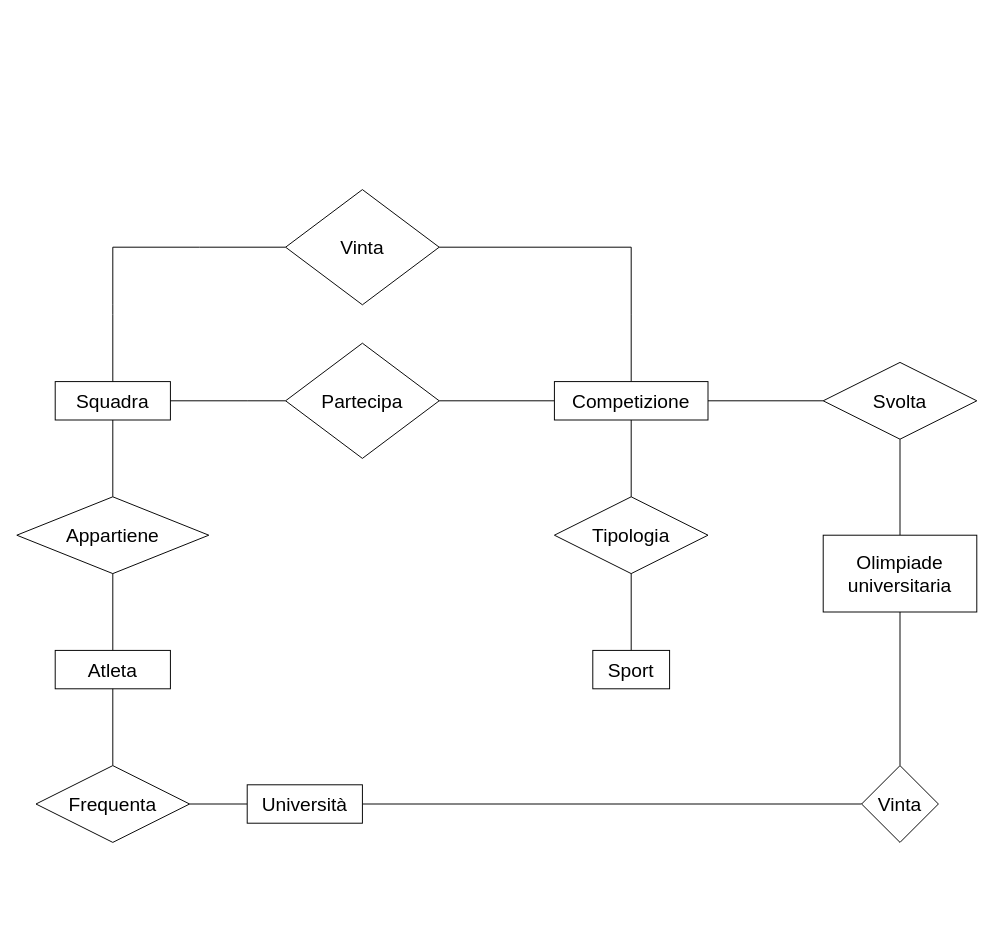
Earlier version of the draw.io diagram Olimpiadi Samuele.drawio (giovannivelludo/database-project). Source tidied: cells renumbered, new cells numbered last; positions are measured from the earlier drawing's top-left corner, leaving out a move shared by most shapes. Both pictures are drawn from the tidied source at 96%, with x=0, y=0 at pixel (16, 189).
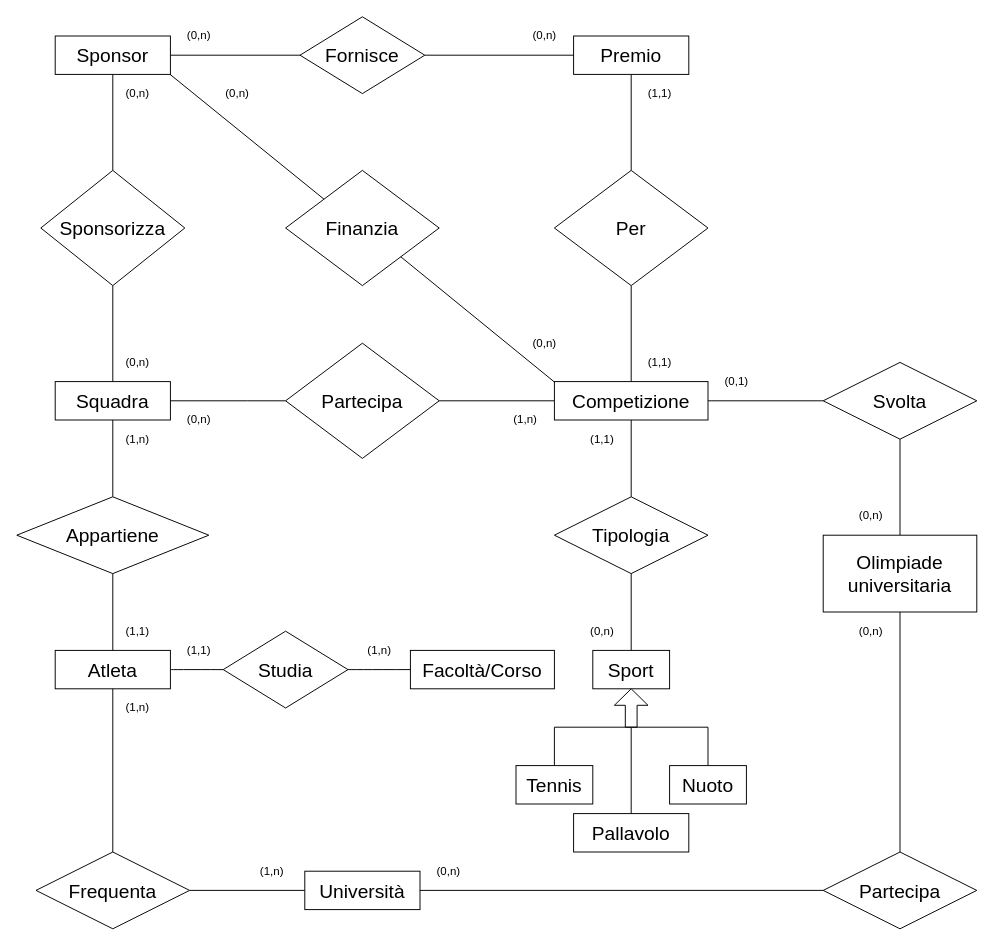
The same page after the edit.

Commit message:
Aggiornamento Bozza

The change refers to these unchanged cells:
```xml
<mxCell id="2" value="&lt;font style=&quot;font-size: 20px&quot;&gt;Squadra&lt;/font&gt;" style="rounded=0;whiteSpace=wrap;html=1;fontSize=20;" parent="1" vertex="1">
  <mxGeometry x="40" y="200" width="120" height="40" as="geometry" />
</mxCell>
<mxCell id="8" value="&lt;font style=&quot;font-size: 20px&quot;&gt;Competizione&lt;/font&gt;" style="rounded=0;whiteSpace=wrap;html=1;" parent="1" vertex="1">
  <mxGeometry x="560" y="200" width="160" height="40" as="geometry" />
</mxCell>
<mxCell id="20" value="Atleta" style="rounded=0;whiteSpace=wrap;html=1;fontSize=20;" parent="1" vertex="1">
  <mxGeometry x="40" y="480" width="120" height="40" as="geometry" />
</mxCell>
```

Change to the diagram source:
```diff
@@
-    <mxCell id="6" style="edgeStyle=orthogonalEdgeStyle;rounded=0;jettySize=auto;html=1;endArrow=none;endFill=0;fontSize=20;" parent="1" edge="1" source="8">
-      <mxGeometry relative="1" as="geometry">
-        <mxPoint x="640" y="60" as="targetPoint" />
-      </mxGeometry>
-    </mxCell>
@@
-    <mxCell id="13" style="edgeStyle=orthogonalEdgeStyle;rounded=0;jettySize=auto;html=1;endArrow=none;endFill=0;fontSize=20;" parent="1" edge="1" source="14">
-      <mxGeometry relative="1" as="geometry">
-        <mxPoint x="100" y="60" as="targetPoint" />
-      </mxGeometry>
-    </mxCell>
-    <mxCell id="14" value="Vinta" style="rhombus;whiteSpace=wrap;html=1;rounded=0;fontSize=20;" parent="1" vertex="1">
-      <mxGeometry x="280" width="160" height="120" as="geometry" />
-    </mxCell>
-    <mxCell id="15" style="endArrow=none;html=1;fontSize=20;" parent="1" edge="1" source="2">
-      <mxGeometry relative="1" as="geometry">
-        <mxPoint x="100" y="60" as="targetPoint" />
-        <Array as="points">
-          <mxPoint x="100" y="130" />
-        </Array>
-      </mxGeometry>
-    </mxCell>
-    <mxCell id="16" style="endArrow=none;html=1;fontSize=20;exitX=1;exitY=0.5;exitDx=0;exitDy=0;" parent="1" edge="1" source="14">
-      <mxGeometry relative="1" as="geometry">
-        <mxPoint x="640" y="60" as="targetPoint" />
-      </mxGeometry>
-    </mxCell>
@@
+    <mxCell id="31" style="edgeStyle=orthogonalEdgeStyle;curved=1;jettySize=auto;html=1;endArrow=none;endFill=0;fontSize=12;" parent="1" edge="1" source="20" target="68">
+      <mxGeometry relative="1" as="geometry" />
+    </mxCell>
@@
     <mxCell id="23" value="Frequenta" style="rhombus;whiteSpace=wrap;html=1;rounded=0;fontSize=20;" parent="1" vertex="1">
-      <mxGeometry x="20" y="600" width="160" height="80" as="geometry" />
+      <mxGeometry x="20" y="690" width="160" height="80" as="geometry" />
     </mxCell>
@@
     <mxCell id="25" value="Università" style="rounded=0;whiteSpace=wrap;html=1;fontSize=20;" parent="1" vertex="1">
-      <mxGeometry x="240" y="620" width="120" height="40" as="geometry" />
+      <mxGeometry x="300" y="710" width="120" height="40" as="geometry" />
     </mxCell>
@@
-    <mxCell id="30" value="Vinta" style="rhombus;whiteSpace=wrap;html=1;rounded=0;fontSize=20;" parent="1" vertex="1">
-      <mxGeometry x="880" y="600" width="80" height="80" as="geometry" />
+    <mxCell id="30" value="Partecipa" style="rhombus;whiteSpace=wrap;html=1;rounded=0;fontSize=20;" parent="1" vertex="1">
+      <mxGeometry x="840" y="690" width="160" height="80" as="geometry" />
     </mxCell>
+    <mxCell id="32" value="(1,n)" style="text;html=1;strokeColor=none;fillColor=none;align=center;verticalAlign=middle;whiteSpace=wrap;rounded=0;" parent="1" vertex="1">
+      <mxGeometry x="106" y="530" width="40" height="20" as="geometry" />
+    </mxCell>
+    <mxCell id="33" value="(1,n)" style="text;html=1;strokeColor=none;fillColor=none;align=center;verticalAlign=middle;whiteSpace=wrap;rounded=0;" parent="1" vertex="1">
+      <mxGeometry x="246" y="700" width="40" height="20" as="geometry" />
+    </mxCell>
+    <mxCell id="34" value="(1,1)" style="text;html=1;strokeColor=none;fillColor=none;align=center;verticalAlign=middle;whiteSpace=wrap;rounded=0;" parent="1" vertex="1">
+      <mxGeometry x="106" y="450" width="40" height="20" as="geometry" />
+    </mxCell>
+    <mxCell id="35" value="(1,n)" style="text;html=1;strokeColor=none;fillColor=none;align=center;verticalAlign=middle;whiteSpace=wrap;rounded=0;" parent="1" vertex="1">
+      <mxGeometry x="106" y="250" width="40" height="20" as="geometry" />
+    </mxCell>
+    <mxCell id="36" style="edgeStyle=orthogonalEdgeStyle;rounded=0;jettySize=auto;html=1;endArrow=none;endFill=0;fontSize=20;entryX=0;entryY=0.5;entryDx=0;entryDy=0;" parent="1" edge="1" source="37" target="53">
+      <mxGeometry relative="1" as="geometry" />
+    </mxCell>
+    <mxCell id="37" value="&lt;font style=&quot;font-size: 20px&quot;&gt;Sponsor&lt;/font&gt;" style="rounded=0;whiteSpace=wrap;html=1;" parent="1" vertex="1">
+      <mxGeometry x="40" y="-160" width="120" height="40" as="geometry" />
+    </mxCell>
+    <mxCell id="38" style="edgeStyle=orthogonalEdgeStyle;rounded=0;jettySize=auto;html=1;endArrow=none;endFill=0;" parent="1" edge="1" source="40" target="2">
+      <mxGeometry relative="1" as="geometry" />
+    </mxCell>
+    <mxCell id="39" style="edgeStyle=orthogonalEdgeStyle;rounded=0;jettySize=auto;html=1;endArrow=none;endFill=0;fontSize=20;entryX=0.5;entryY=1;entryDx=0;entryDy=0;" parent="1" edge="1" source="40" target="37">
+      <mxGeometry relative="1" as="geometry" />
+    </mxCell>
+    <mxCell id="40" value="&lt;font style=&quot;font-size: 20px&quot;&gt;Sponsorizza&lt;/font&gt;" style="rhombus;whiteSpace=wrap;html=1;" parent="1" vertex="1">
+      <mxGeometry x="25" y="-20" width="150" height="120" as="geometry" />
+    </mxCell>
+    <mxCell id="41" value="(0,n)" style="text;html=1;strokeColor=none;fillColor=none;align=center;verticalAlign=middle;whiteSpace=wrap;rounded=0;" parent="1" vertex="1">
+      <mxGeometry x="170" y="230" width="40" height="20" as="geometry" />
+    </mxCell>
+    <mxCell id="42" value="(1,n)" style="text;html=1;strokeColor=none;fillColor=none;align=center;verticalAlign=middle;whiteSpace=wrap;rounded=0;" parent="1" vertex="1">
+      <mxGeometry x="510" y="230" width="40" height="20" as="geometry" />
+    </mxCell>
+    <mxCell id="43" value="(0,n)" style="text;html=1;strokeColor=none;fillColor=none;align=center;verticalAlign=middle;whiteSpace=wrap;rounded=0;" parent="1" vertex="1">
+      <mxGeometry x="106" y="170" width="40" height="20" as="geometry" />
+    </mxCell>
+    <mxCell id="44" value="(0,1)" style="text;html=1;strokeColor=none;fillColor=none;align=center;verticalAlign=middle;whiteSpace=wrap;rounded=0;" parent="1" vertex="1">
+      <mxGeometry x="730" y="190" width="40" height="20" as="geometry" />
+    </mxCell>
+    <mxCell id="45" value="(0,n)" style="text;html=1;strokeColor=none;fillColor=none;align=center;verticalAlign=middle;whiteSpace=wrap;rounded=0;" parent="1" vertex="1">
+      <mxGeometry x="870" y="330" width="40" height="20" as="geometry" />
+    </mxCell>
+    <mxCell id="46" value="(0,n)" style="text;html=1;strokeColor=none;fillColor=none;align=center;verticalAlign=middle;whiteSpace=wrap;rounded=0;" parent="1" vertex="1">
+      <mxGeometry x="870" y="450" width="40" height="20" as="geometry" />
+    </mxCell>
+    <mxCell id="47" value="(0,n)" style="text;html=1;strokeColor=none;fillColor=none;align=center;verticalAlign=middle;whiteSpace=wrap;rounded=0;" parent="1" vertex="1">
+      <mxGeometry x="430" y="700" width="40" height="20" as="geometry" />
+    </mxCell>
+    <mxCell id="48" value="(1,1)" style="text;html=1;strokeColor=none;fillColor=none;align=center;verticalAlign=middle;whiteSpace=wrap;rounded=0;" parent="1" vertex="1">
+      <mxGeometry x="590" y="250" width="40" height="20" as="geometry" />
+    </mxCell>
+    <mxCell id="49" value="(0,n)" style="text;html=1;strokeColor=none;fillColor=none;align=center;verticalAlign=middle;whiteSpace=wrap;rounded=0;" parent="1" vertex="1">
+      <mxGeometry x="590" y="450" width="40" height="20" as="geometry" />
+    </mxCell>
+    <mxCell id="50" style="edgeStyle=orthogonalEdgeStyle;rounded=0;jettySize=auto;html=1;endArrow=none;endFill=0;fontSize=20;entryX=0.5;entryY=0;entryDx=0;entryDy=0;" parent="1" edge="1" source="51" target="55">
+      <mxGeometry relative="1" as="geometry" />
+    </mxCell>
+    <mxCell id="51" value="Premio" style="rounded=0;whiteSpace=wrap;html=1;horizontal=1;fontSize=20;comic=0;glass=0;shadow=0;" parent="1" vertex="1">
+      <mxGeometry x="580" y="-160" width="120" height="40" as="geometry" />
+    </mxCell>
+    <mxCell id="52" style="edgeStyle=orthogonalEdgeStyle;rounded=0;jettySize=auto;html=1;endArrow=none;endFill=0;fontSize=20;entryX=0;entryY=0.5;entryDx=0;entryDy=0;" parent="1" edge="1" source="53" target="51">
+      <mxGeometry relative="1" as="geometry" />
+    </mxCell>
+    <mxCell id="53" value="Fornisce" style="rhombus;whiteSpace=wrap;html=1;rounded=0;shadow=0;glass=0;comic=0;fontSize=20;" parent="1" vertex="1">
+      <mxGeometry x="295" y="-180" width="130" height="80" as="geometry" />
+    </mxCell>
+    <mxCell id="54" style="edgeStyle=orthogonalEdgeStyle;rounded=0;jettySize=auto;html=1;endArrow=none;endFill=0;fontSize=20;entryX=0.5;entryY=0;entryDx=0;entryDy=0;" parent="1" edge="1" source="55" target="8">
+      <mxGeometry relative="1" as="geometry" />
+    </mxCell>
+    <mxCell id="55" value="Per" style="rhombus;whiteSpace=wrap;html=1;rounded=0;shadow=0;glass=0;comic=0;fontSize=20;" parent="1" vertex="1">
+      <mxGeometry x="560" y="-20" width="160" height="120" as="geometry" />
+    </mxCell>
+    <mxCell id="56" value="(0,n)" style="text;html=1;strokeColor=none;fillColor=none;align=center;verticalAlign=middle;whiteSpace=wrap;rounded=0;shadow=0;glass=0;comic=0;fontSize=12;" parent="1" vertex="1">
+      <mxGeometry x="106" y="-110" width="40" height="20" as="geometry" />
+    </mxCell>
+    <mxCell id="57" value="(0,n)" style="text;html=1;strokeColor=none;fillColor=none;align=center;verticalAlign=middle;whiteSpace=wrap;rounded=0;shadow=0;glass=0;comic=0;fontSize=12;" parent="1" vertex="1">
+      <mxGeometry x="170" y="-170" width="40" height="20" as="geometry" />
+    </mxCell>
+    <mxCell id="58" value="(0,n)" style="text;html=1;strokeColor=none;fillColor=none;align=center;verticalAlign=middle;whiteSpace=wrap;rounded=0;shadow=0;glass=0;comic=0;fontSize=12;" parent="1" vertex="1">
+      <mxGeometry x="530" y="-170" width="40" height="20" as="geometry" />
+    </mxCell>
+    <mxCell id="59" value="(1,1)" style="text;html=1;strokeColor=none;fillColor=none;align=center;verticalAlign=middle;whiteSpace=wrap;rounded=0;shadow=0;glass=0;comic=0;fontSize=12;" parent="1" vertex="1">
+      <mxGeometry x="650" y="-110" width="40" height="20" as="geometry" />
+    </mxCell>
+    <mxCell id="60" value="(1,1)" style="text;html=1;strokeColor=none;fillColor=none;align=center;verticalAlign=middle;whiteSpace=wrap;rounded=0;shadow=0;glass=0;comic=0;fontSize=12;" parent="1" vertex="1">
+      <mxGeometry x="650" y="170" width="40" height="20" as="geometry" />
+    </mxCell>
+    <mxCell id="61" value="&lt;font style=&quot;font-size: 20px&quot;&gt;Finanzia&lt;/font&gt;" style="rhombus;whiteSpace=wrap;html=1;rounded=0;shadow=0;glass=0;comic=0;fontSize=12;" parent="1" vertex="1">
+      <mxGeometry x="280" y="-20" width="160" height="120" as="geometry" />
+    </mxCell>
+    <mxCell id="62" style="endArrow=none;html=1;fontSize=12;entryX=0;entryY=0;entryDx=0;entryDy=0;exitX=0.997;exitY=1;exitDx=0;exitDy=0;exitPerimeter=0;" parent="1" edge="1" source="37" target="61">
+      <mxGeometry relative="1" as="geometry" />
+    </mxCell>
+    <mxCell id="63" style="endArrow=none;html=1;fontSize=12;exitX=0.003;exitY=0.02;exitDx=0;exitDy=0;exitPerimeter=0;spacing=0;entryX=1;entryY=1;entryDx=0;entryDy=0;" parent="1" edge="1" source="8" target="61">
+      <mxGeometry relative="1" as="geometry" />
+    </mxCell>
+    <mxCell id="64" value="(0,n)" style="text;html=1;strokeColor=none;fillColor=none;align=center;verticalAlign=middle;whiteSpace=wrap;rounded=0;shadow=0;glass=0;comic=0;fontSize=12;" parent="1" vertex="1">
+      <mxGeometry x="210" y="-110" width="40" height="20" as="geometry" />
+    </mxCell>
+    <mxCell id="65" value="(0,n)" style="text;html=1;strokeColor=none;fillColor=none;align=center;verticalAlign=middle;whiteSpace=wrap;rounded=0;shadow=0;glass=0;comic=0;fontSize=12;" parent="1" vertex="1">
+      <mxGeometry x="530" y="150" width="40" height="20" as="geometry" />
+    </mxCell>
+    <mxCell id="66" value="&lt;font style=&quot;font-size: 20px&quot;&gt;Facoltà/Corso&lt;/font&gt;" style="rounded=0;whiteSpace=wrap;html=1;shadow=0;glass=0;comic=0;fontSize=12;" parent="1" vertex="1">
+      <mxGeometry x="410" y="480" width="150" height="40" as="geometry" />
+    </mxCell>
+    <mxCell id="67" style="edgeStyle=orthogonalEdgeStyle;curved=1;jettySize=auto;html=1;endArrow=none;endFill=0;fontSize=12;" parent="1" edge="1" source="68" target="66">
+      <mxGeometry relative="1" as="geometry" />
+    </mxCell>
+    <mxCell id="68" value="&lt;font style=&quot;font-size: 20px&quot;&gt;Studia&lt;/font&gt;" style="rhombus;whiteSpace=wrap;html=1;rounded=0;shadow=0;glass=0;comic=0;fontSize=12;" parent="1" vertex="1">
+      <mxGeometry x="215" y="460" width="130" height="80" as="geometry" />
+    </mxCell>
+    <mxCell id="69" style="html=1;shadow=0;dashed=0;align=center;verticalAlign=middle;shape=mxgraph.arrows2.arrow;dy=0.65;dx=17.2;direction=north;notch=0;rounded=0;glass=0;comic=0;fontSize=12;" parent="1" vertex="1">
+      <mxGeometry x="622.5" y="520" width="35" height="40" as="geometry" />
+    </mxCell>
+    <mxCell id="70" style="endArrow=none;html=1;fontSize=12;" parent="1" edge="1">
+      <mxGeometry relative="1" as="geometry">
+        <mxPoint x="560" y="560" as="sourcePoint" />
+        <mxPoint x="720" y="560" as="targetPoint" />
+      </mxGeometry>
+    </mxCell>
+    <mxCell id="71" style="endArrow=none;html=1;fontSize=12;" parent="1" edge="1">
+      <mxGeometry relative="1" as="geometry">
+        <mxPoint x="560" y="600" as="sourcePoint" />
+        <mxPoint x="560" y="560" as="targetPoint" />
+      </mxGeometry>
+    </mxCell>
+    <mxCell id="72" style="endArrow=none;html=1;fontSize=12;" parent="1" edge="1">
+      <mxGeometry relative="1" as="geometry">
+        <mxPoint x="720" y="600" as="sourcePoint" />
+        <mxPoint x="720" y="560" as="targetPoint" />
+      </mxGeometry>
+    </mxCell>
+    <mxCell id="73" style="endArrow=none;html=1;fontSize=12;exitX=0.5;exitY=0;exitDx=0;exitDy=0;" parent="1" edge="1" source="76">
+      <mxGeometry relative="1" as="geometry">
+        <mxPoint x="640" y="560" as="targetPoint" />
+      </mxGeometry>
+    </mxCell>
+    <mxCell id="74" value="&lt;font style=&quot;font-size: 20px&quot;&gt;Tennis&lt;/font&gt;" style="rounded=0;whiteSpace=wrap;html=1;shadow=0;glass=0;comic=0;fontSize=12;" parent="1" vertex="1">
+      <mxGeometry x="520" y="600" width="80" height="40" as="geometry" />
+    </mxCell>
+    <mxCell id="75" value="&lt;font style=&quot;font-size: 20px&quot;&gt;Nuoto&lt;/font&gt;" style="rounded=0;whiteSpace=wrap;html=1;shadow=0;glass=0;comic=0;fontSize=12;" parent="1" vertex="1">
+      <mxGeometry x="680" y="600" width="80" height="40" as="geometry" />
+    </mxCell>
+    <mxCell id="76" value="&lt;font style=&quot;font-size: 20px&quot;&gt;Pallavolo&lt;/font&gt;" style="rounded=0;whiteSpace=wrap;html=1;shadow=0;glass=0;comic=0;fontSize=12;" parent="1" vertex="1">
+      <mxGeometry x="580" y="650" width="120" height="40" as="geometry" />
+    </mxCell>
+    <mxCell id="77" value="(1,1)" style="text;html=1;strokeColor=none;fillColor=none;align=center;verticalAlign=middle;whiteSpace=wrap;rounded=0;shadow=0;glass=0;comic=0;fontSize=12;" parent="1" vertex="1">
+      <mxGeometry x="170" y="470" width="40" height="20" as="geometry" />
+    </mxCell>
+    <mxCell id="78" value="(1,n)" style="text;html=1;strokeColor=none;fillColor=none;align=center;verticalAlign=middle;whiteSpace=wrap;rounded=0;shadow=0;glass=0;comic=0;fontSize=12;" parent="1" vertex="1">
+      <mxGeometry x="357.5" y="470" width="40" height="20" as="geometry" />
+    </mxCell>
```
